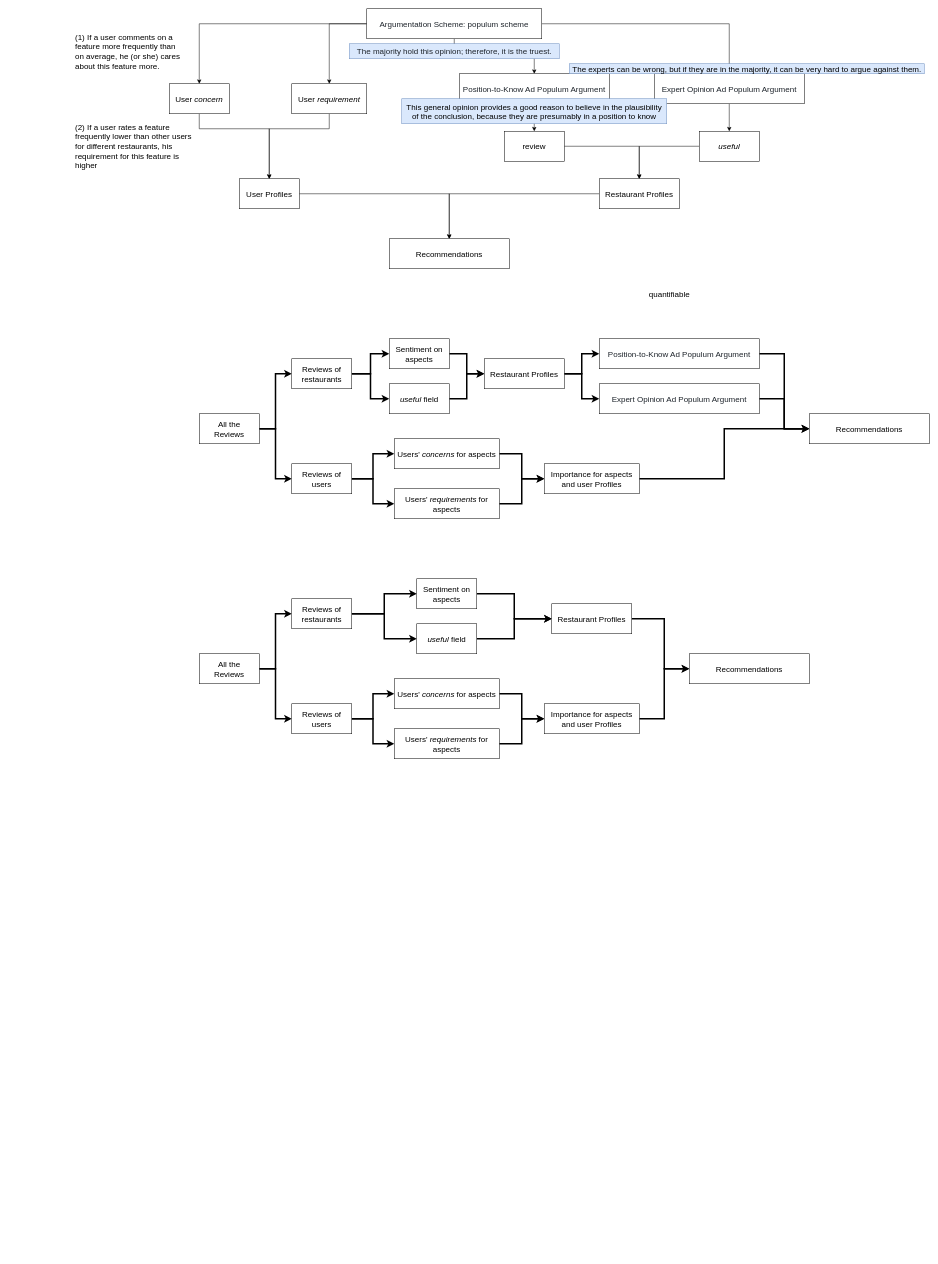
Earlier version of the draw.io diagram argumentation.drawio (FengfanHu/Diagram). Source tidied: cells renumbered, new cells numbered last; positions are measured from the earlier drawing's top-left corner, leaving out a move shared by most shapes. Both pictures are drawn from the tidied source at 50%, with x=0, y=0 at pixel (74, 8). Pictures stored in the file or linked from it are replaced by grey dashed boxes.
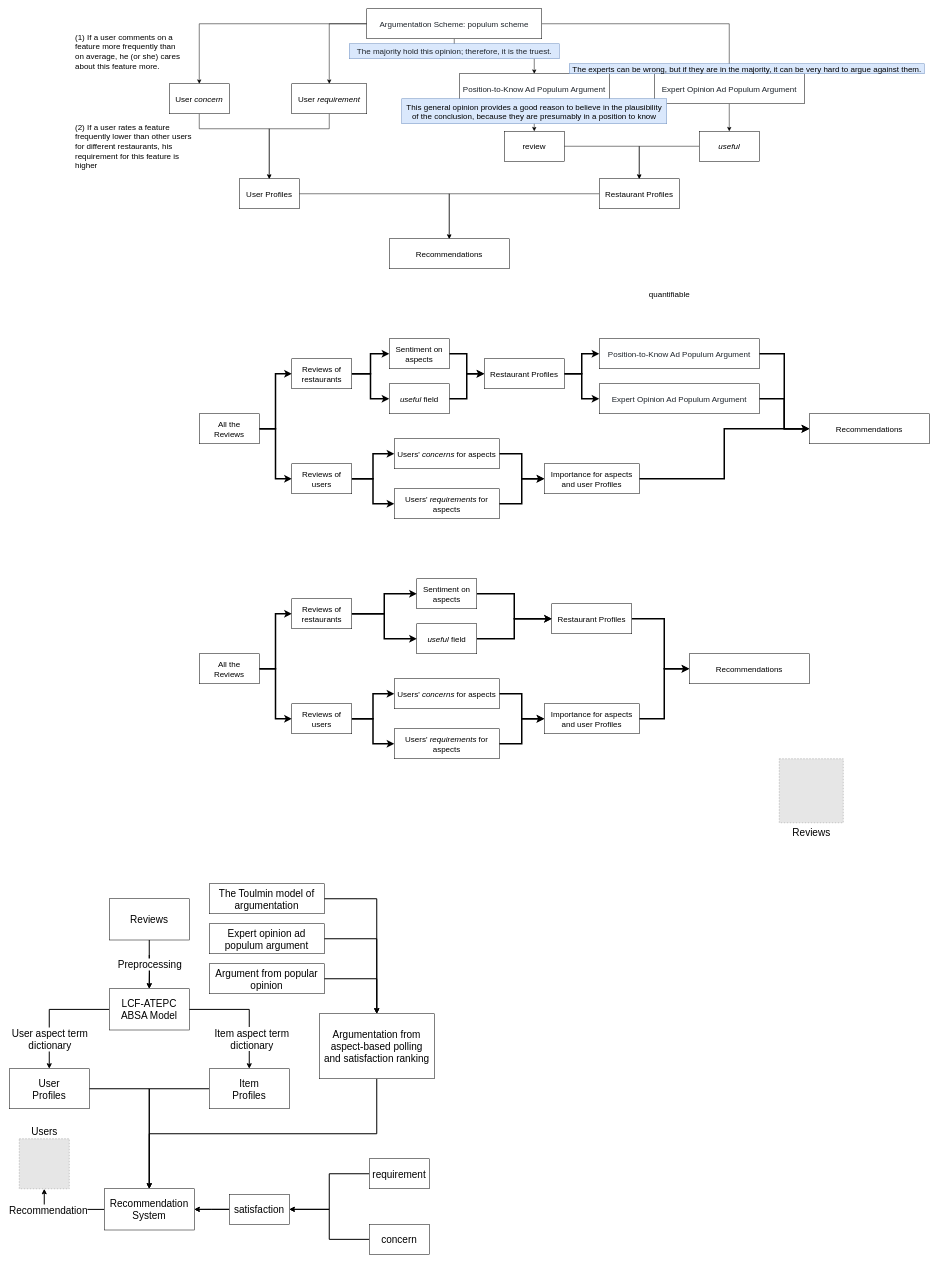
After the change.

The edit, as a diff of the source:
```diff
@@
+    <mxCell id="79" value="Users" style="fillColor=#E6E6E6;strokeColor=#999999;dashed=1;html=1;verticalAlign=bottom;verticalLabelPosition=top;labelBackgroundColor=#ffffff;fontSize=20;labelPosition=center;align=center;" parent="1" vertex="1">
+      <mxGeometry x="-110" y="2260" width="100" height="100" as="geometry" />
+    </mxCell>
+    <mxCell id="80" value="Reviews" style="fillColor=#E6E6E6;strokeColor=#999999;dashed=1;html=1;verticalAlign=top;verticalLabelPosition=bottom;labelBackgroundColor=#ffffff;fontSize=20;" parent="1" vertex="1">
+      <mxGeometry x="1410" y="1500" width="128" height="128" as="geometry" />
+    </mxCell>
+    <mxCell id="81" style="edgeStyle=orthogonalEdgeStyle;rounded=0;jettySize=auto;html=1;fontSize=20;strokeWidth=2;" parent="1" edge="1" target="90">
+      <mxGeometry relative="1" as="geometry">
+        <mxPoint x="150" y="1892.5" as="sourcePoint" />
+      </mxGeometry>
+    </mxCell>
+    <mxCell id="82" style="edgeStyle=orthogonalEdgeStyle;rounded=0;jettySize=auto;html=1;fontSize=20;strokeWidth=2;" parent="1" edge="1" source="83" target="96">
+      <mxGeometry relative="1" as="geometry" />
+    </mxCell>
+    <mxCell id="83" value="Item&lt;br&gt;Profiles" style="whiteSpace=wrap;html=1;fontSize=20;" parent="1" vertex="1">
+      <mxGeometry x="270" y="2120" width="160" height="80" as="geometry" />
+    </mxCell>
+    <mxCell id="84" style="edgeStyle=orthogonalEdgeStyle;rounded=0;jettySize=auto;html=1;fontSize=20;strokeWidth=2;" parent="1" edge="1" source="85" target="96">
+      <mxGeometry relative="1" as="geometry" />
+    </mxCell>
+    <mxCell id="85" value="User&lt;br&gt;Profiles" style="whiteSpace=wrap;html=1;fontSize=20;" parent="1" vertex="1">
+      <mxGeometry x="-130" y="2120" width="160" height="80" as="geometry" />
+    </mxCell>
+    <mxCell id="86" style="edgeStyle=orthogonalEdgeStyle;rounded=0;jettySize=auto;html=1;fontSize=20;strokeWidth=2;" parent="1" edge="1" source="90" target="83">
+      <mxGeometry relative="1" as="geometry" />
+    </mxCell>
+    <mxCell id="87" value="Item aspect term&lt;br&gt;dictionary" style="edgeLabel;html=1;align=center;verticalAlign=middle;fontSize=20;" parent="86" vertex="1">
+      <mxGeometry x="0.49" y="4" relative="1" as="geometry" />
+    </mxCell>
+    <mxCell id="88" style="edgeStyle=orthogonalEdgeStyle;rounded=0;jettySize=auto;html=1;entryX=0.5;entryY=0;entryDx=0;entryDy=0;fontSize=20;strokeWidth=2;" parent="1" edge="1" source="90" target="85">
+      <mxGeometry relative="1" as="geometry" />
+    </mxCell>
+    <mxCell id="89" value="User aspect term&lt;br&gt;dictionary" style="edgeLabel;html=1;align=center;verticalAlign=middle;fontSize=20;" parent="88" vertex="1">
+      <mxGeometry x="0.21" y="-1" relative="1" as="geometry">
+        <mxPoint x="1" y="35" as="offset" />
+      </mxGeometry>
+    </mxCell>
+    <mxCell id="90" value="LCF-ATEPC&lt;br&gt;ABSA Model" style="whiteSpace=wrap;html=1;fontSize=20;" parent="1" vertex="1">
+      <mxGeometry x="70" y="1960" width="160" height="82.5" as="geometry" />
+    </mxCell>
+    <mxCell id="91" style="edgeStyle=orthogonalEdgeStyle;rounded=0;jettySize=auto;html=1;fontSize=20;strokeWidth=2;" parent="1" edge="1" source="93" target="90">
+      <mxGeometry relative="1" as="geometry" />
+    </mxCell>
+    <mxCell id="92" value="Preprocessing" style="edgeLabel;html=1;align=center;verticalAlign=middle;fontSize=20;" parent="91" vertex="1">
+      <mxGeometry x="-0.23" y="1" relative="1" as="geometry">
+        <mxPoint x="-1" y="10" as="offset" />
+      </mxGeometry>
+    </mxCell>
+    <mxCell id="93" value="Reviews" style="whiteSpace=wrap;html=1;fontSize=20;" parent="1" vertex="1">
+      <mxGeometry x="70" y="1780" width="160" height="82.5" as="geometry" />
+    </mxCell>
+    <mxCell id="94" style="edgeStyle=orthogonalEdgeStyle;rounded=0;jettySize=auto;html=1;entryX=0.5;entryY=1;entryDx=0;entryDy=0;fontSize=20;strokeWidth=2;" parent="1" edge="1" source="96" target="79">
+      <mxGeometry relative="1" as="geometry" />
+    </mxCell>
+    <mxCell id="95" value="Recommendation" style="edgeLabel;html=1;align=center;verticalAlign=middle;fontSize=20;" parent="94" vertex="1">
+      <mxGeometry x="0.4" y="1" relative="1" as="geometry" />
+    </mxCell>
+    <mxCell id="96" value="Recommendation System" style="whiteSpace=wrap;html=1;fontSize=20;" parent="1" vertex="1">
+      <mxGeometry x="60" y="2360" width="180" height="82.5" as="geometry" />
+    </mxCell>
+    <mxCell id="97" style="edgeStyle=orthogonalEdgeStyle;rounded=0;jettySize=auto;html=1;entryX=0.5;entryY=0;entryDx=0;entryDy=0;fontSize=20;strokeWidth=2;exitX=0.5;exitY=1;exitDx=0;exitDy=0;" parent="1" edge="1" source="98" target="96">
+      <mxGeometry relative="1" as="geometry" />
+    </mxCell>
+    <mxCell id="98" value="Argumentation from aspect-based polling and satisfaction ranking" style="whiteSpace=wrap;html=1;fontSize=20;spacing=5;" parent="1" vertex="1">
+      <mxGeometry x="490" y="2010" width="230" height="130" as="geometry" />
+    </mxCell>
+    <mxCell id="99" style="edgeStyle=orthogonalEdgeStyle;rounded=0;jettySize=auto;html=1;entryX=0.5;entryY=0;entryDx=0;entryDy=0;fontSize=20;strokeWidth=2;exitX=1;exitY=0.5;exitDx=0;exitDy=0;" parent="1" edge="1" source="100" target="98">
+      <mxGeometry relative="1" as="geometry" />
+    </mxCell>
+    <mxCell id="100" value="The Toulmin model of argumentation" style="whiteSpace=wrap;html=1;fontSize=20;" parent="1" vertex="1">
+      <mxGeometry x="270" y="1750" width="230" height="60" as="geometry" />
+    </mxCell>
+    <mxCell id="101" style="edgeStyle=orthogonalEdgeStyle;rounded=0;jettySize=auto;html=1;fontSize=20;strokeWidth=2;exitX=1;exitY=0.5;exitDx=0;exitDy=0;" parent="1" edge="1" source="102" target="98">
+      <mxGeometry relative="1" as="geometry" />
+    </mxCell>
+    <mxCell id="102" value="Argument from popular opinion" style="whiteSpace=wrap;html=1;fontSize=20;" parent="1" vertex="1">
+      <mxGeometry x="270" y="1910" width="230" height="60" as="geometry" />
+    </mxCell>
+    <mxCell id="103" style="edgeStyle=orthogonalEdgeStyle;rounded=0;jettySize=auto;html=1;fontSize=20;strokeWidth=2;exitX=1;exitY=0.5;exitDx=0;exitDy=0;" parent="1" edge="1" source="104" target="98">
+      <mxGeometry relative="1" as="geometry" />
+    </mxCell>
+    <mxCell id="104" value="Expert opinion ad populum argument" style="whiteSpace=wrap;html=1;fontSize=20;" parent="1" vertex="1">
+      <mxGeometry x="270" y="1830" width="230" height="60" as="geometry" />
+    </mxCell>
+    <mxCell id="105" style="edgeStyle=orthogonalEdgeStyle;rounded=0;jettySize=auto;html=1;entryX=1;entryY=0.5;entryDx=0;entryDy=0;fontSize=20;strokeWidth=2;" parent="1" edge="1" source="106" target="111">
+      <mxGeometry relative="1" as="geometry" />
+    </mxCell>
+    <mxCell id="106" value="concern" style="whiteSpace=wrap;html=1;fontSize=20;" parent="1" vertex="1">
+      <mxGeometry x="590" y="2431.2" width="120" height="60" as="geometry" />
+    </mxCell>
+    <mxCell id="107" style="edgeStyle=orthogonalEdgeStyle;rounded=0;jettySize=auto;html=1;entryX=1;entryY=0.5;entryDx=0;entryDy=0;fontSize=20;strokeWidth=2;" parent="1" edge="1" source="108" target="111">
+      <mxGeometry relative="1" as="geometry" />
+    </mxCell>
+    <mxCell id="108" value="requirement" style="whiteSpace=wrap;html=1;fontSize=20;" parent="1" vertex="1">
+      <mxGeometry x="590" y="2300" width="120" height="60" as="geometry" />
+    </mxCell>
+    <mxCell id="109" style="edgeStyle=orthogonalEdgeStyle;rounded=0;jettySize=auto;html=1;entryX=1;entryY=0.5;entryDx=0;entryDy=0;fontSize=20;strokeWidth=2;" parent="1" edge="1" source="111" target="96">
+      <mxGeometry relative="1" as="geometry" />
+    </mxCell>
+    <mxCell id="110" style="edgeStyle=orthogonalEdgeStyle;rounded=0;jettySize=auto;html=1;fontSize=20;strokeWidth=2;" parent="1" edge="1" source="111" target="96">
+      <mxGeometry relative="1" as="geometry" />
+    </mxCell>
+    <mxCell id="111" value="satisfaction" style="whiteSpace=wrap;html=1;fontSize=20;" parent="1" vertex="1">
+      <mxGeometry x="310" y="2371.2" width="120" height="60" as="geometry" />
+    </mxCell>
```
